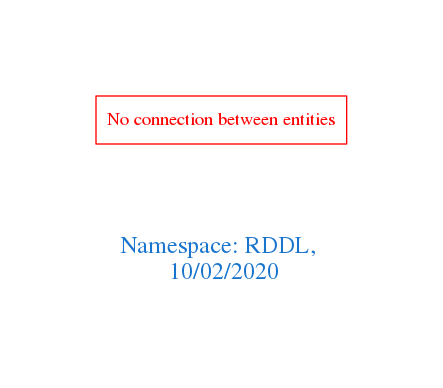
This is downloads/RDDL.png from arago/OGIT, a Graphviz export, as it was before one commit. Its source is kept beside it as downloads/RDDL.dot.
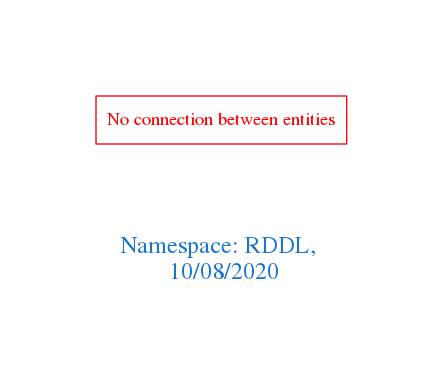
Above is the later version.

The edit, as a diff of the source:
```diff
@@ -1,7 +1,7 @@
 digraph OGIT_ontology {
  graph [ rankdir= LR,pad=1
 fontsize = 18,
-fontcolor= dodgerblue3,label = "\n\n\nNamespace: RDDL, \n 10/02/2020"];
+fontcolor= dodgerblue3,label = "\n\n\nNamespace: RDDL, \n 10/08/2020"];
 node[shape=polygon];
 edge [  color="gray81"];
 
```
